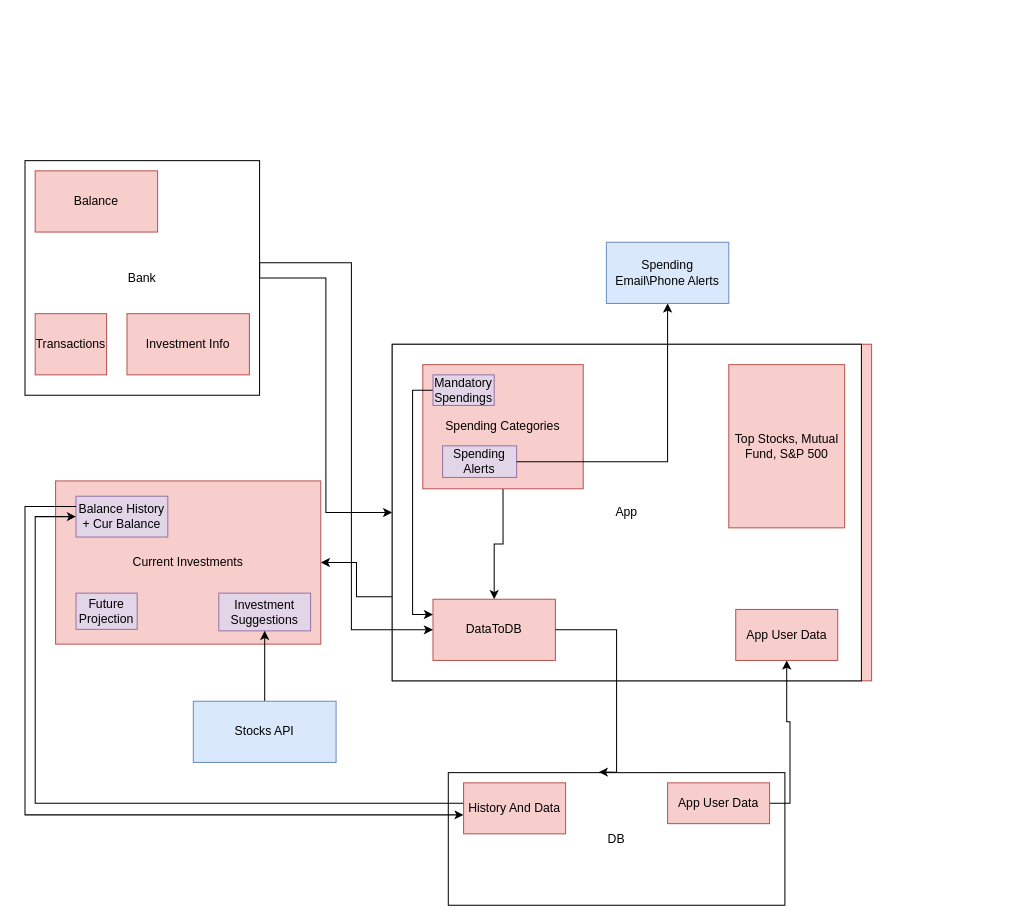
This is Finance.drawio from nadavbsc12/FinanceDiagram, a draw.io file, before an edit. Source tidied: cells renumbered, new cells numbered last; positions are measured from the earlier drawing's top-left corner, leaving out a move shared by most shapes. Both pictures are drawn from the tidied source at 102%, with x=0, y=0 at pixel (24, 160).
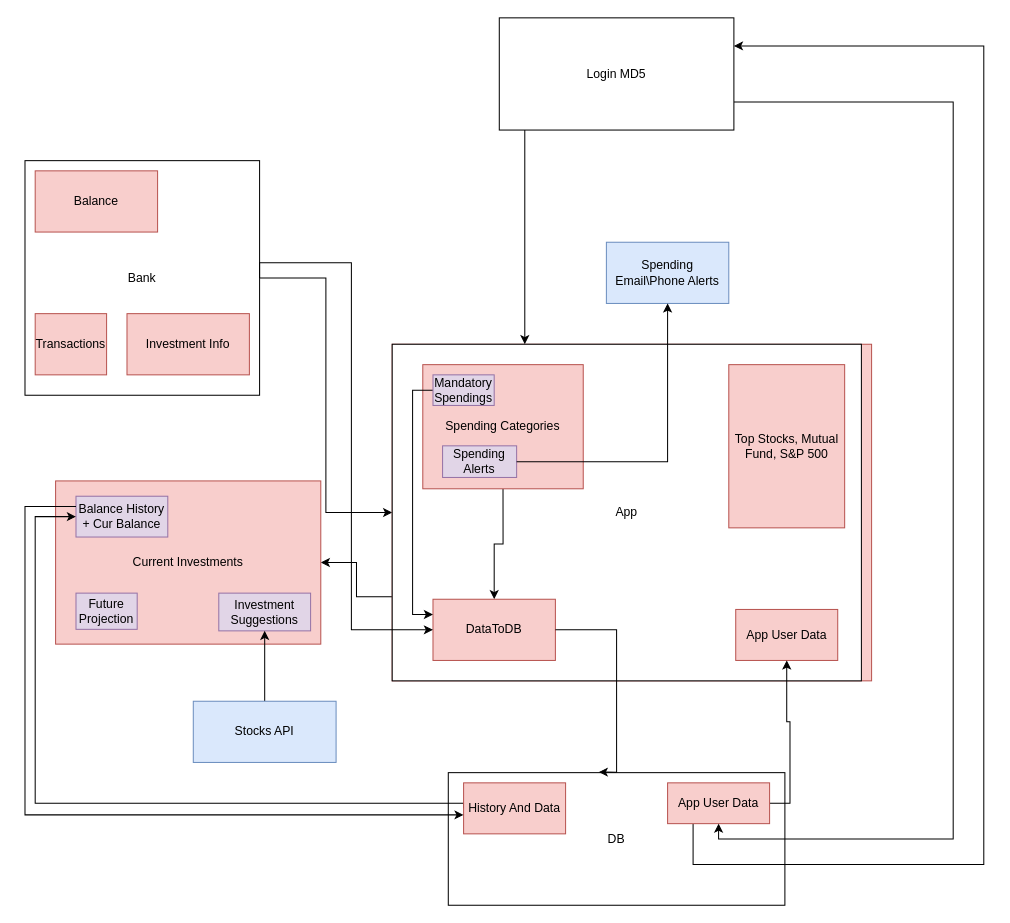
The same diagram, later.

The change refers to these unchanged cells:
```xml
<mxCell id="18" value="App&lt;br&gt;" style="rounded=0;whiteSpace=wrap;html=1;" parent="17" vertex="1">
  <mxGeometry width="460" height="330" as="geometry" />
</mxCell>
<mxCell id="29" value="App User Data" style="rounded=0;whiteSpace=wrap;html=1;fillColor=#f8cecc;strokeColor=#b85450;" parent="1" vertex="1">
  <mxGeometry x="630" y="610" width="100" height="40" as="geometry" />
</mxCell>
```

Change to the diagram source:
```diff
@@
+    <mxCell id="36" style="edgeStyle=orthogonalEdgeStyle;rounded=0;jettySize=auto;html=1;exitX=0.25;exitY=1;exitDx=0;exitDy=0;entryX=1;entryY=0.25;entryDx=0;entryDy=0;" parent="1" edge="1" source="29" target="39">
+      <mxGeometry relative="1" as="geometry">
+        <Array as="points">
+          <mxPoint x="655" y="690" />
+          <mxPoint x="940" y="690" />
+          <mxPoint x="940" y="-113" />
+        </Array>
+      </mxGeometry>
+    </mxCell>
@@
+    <mxCell id="37" style="edgeStyle=orthogonalEdgeStyle;rounded=0;jettySize=auto;html=1;" parent="1" edge="1" source="39" target="18">
+      <mxGeometry relative="1" as="geometry">
+        <Array as="points">
+          <mxPoint x="490" y="100" />
+          <mxPoint x="490" y="100" />
+        </Array>
+      </mxGeometry>
+    </mxCell>
+    <mxCell id="38" style="edgeStyle=orthogonalEdgeStyle;rounded=0;jettySize=auto;html=1;exitX=1;exitY=0.75;exitDx=0;exitDy=0;entryX=0.5;entryY=1;entryDx=0;entryDy=0;" parent="1" edge="1" source="39" target="29">
+      <mxGeometry relative="1" as="geometry">
+        <Array as="points">
+          <mxPoint x="910" y="-57" />
+          <mxPoint x="910" y="665" />
+          <mxPoint x="680" y="665" />
+        </Array>
+      </mxGeometry>
+    </mxCell>
+    <mxCell id="39" value="Login MD5" style="rounded=0;whiteSpace=wrap;html=1;" parent="1" vertex="1">
+      <mxGeometry x="465" y="-140" width="230" height="110" as="geometry" />
+    </mxCell>
```
